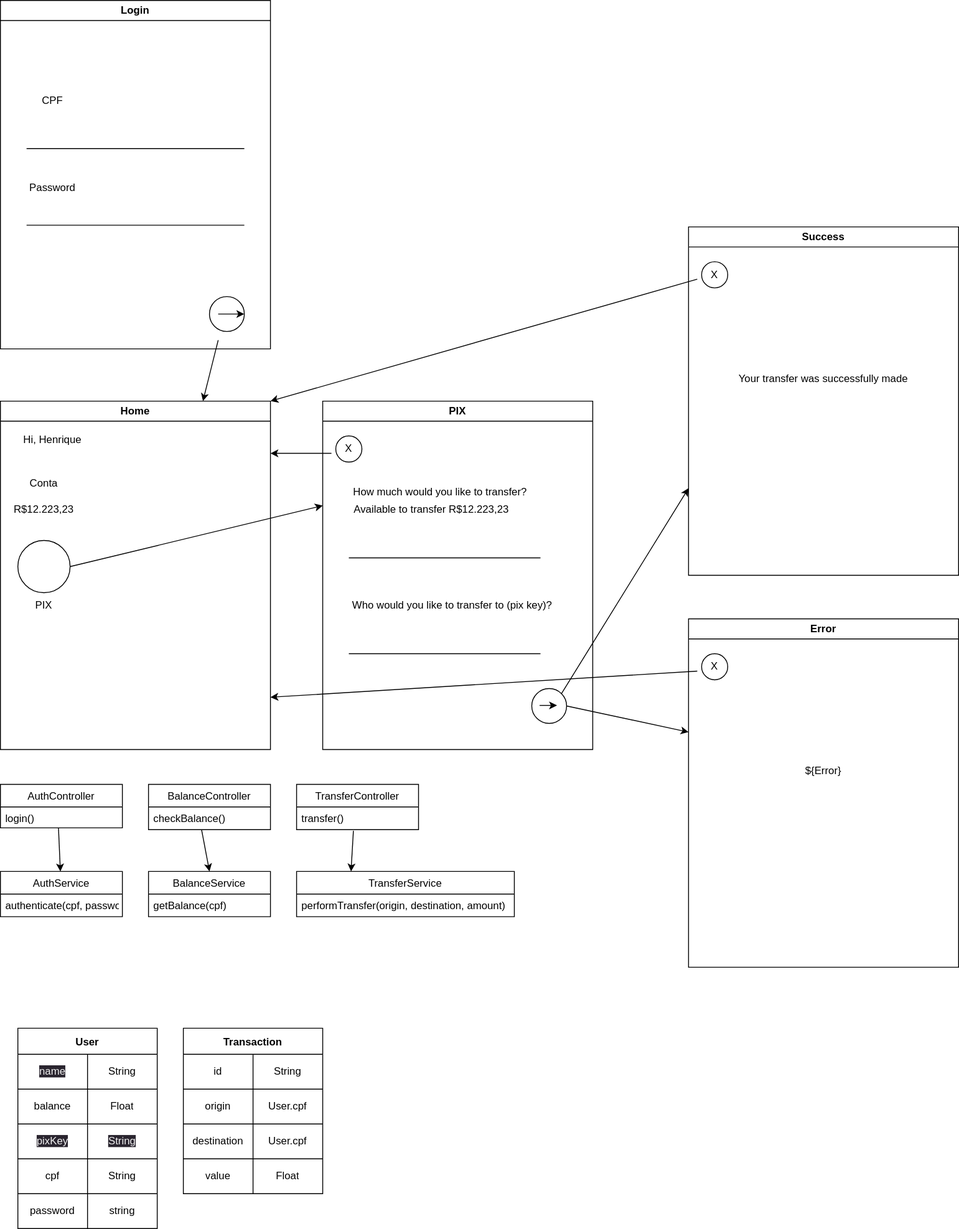
Before: diagram.drawio.svg, a diagram exported from draw.io (henriqueidt/poc-nubank-clone). Source tidied: cells renumbered, new cells last; positions are measured from the earlier drawing's top-left corner, leaving out a move shared by most shapes.
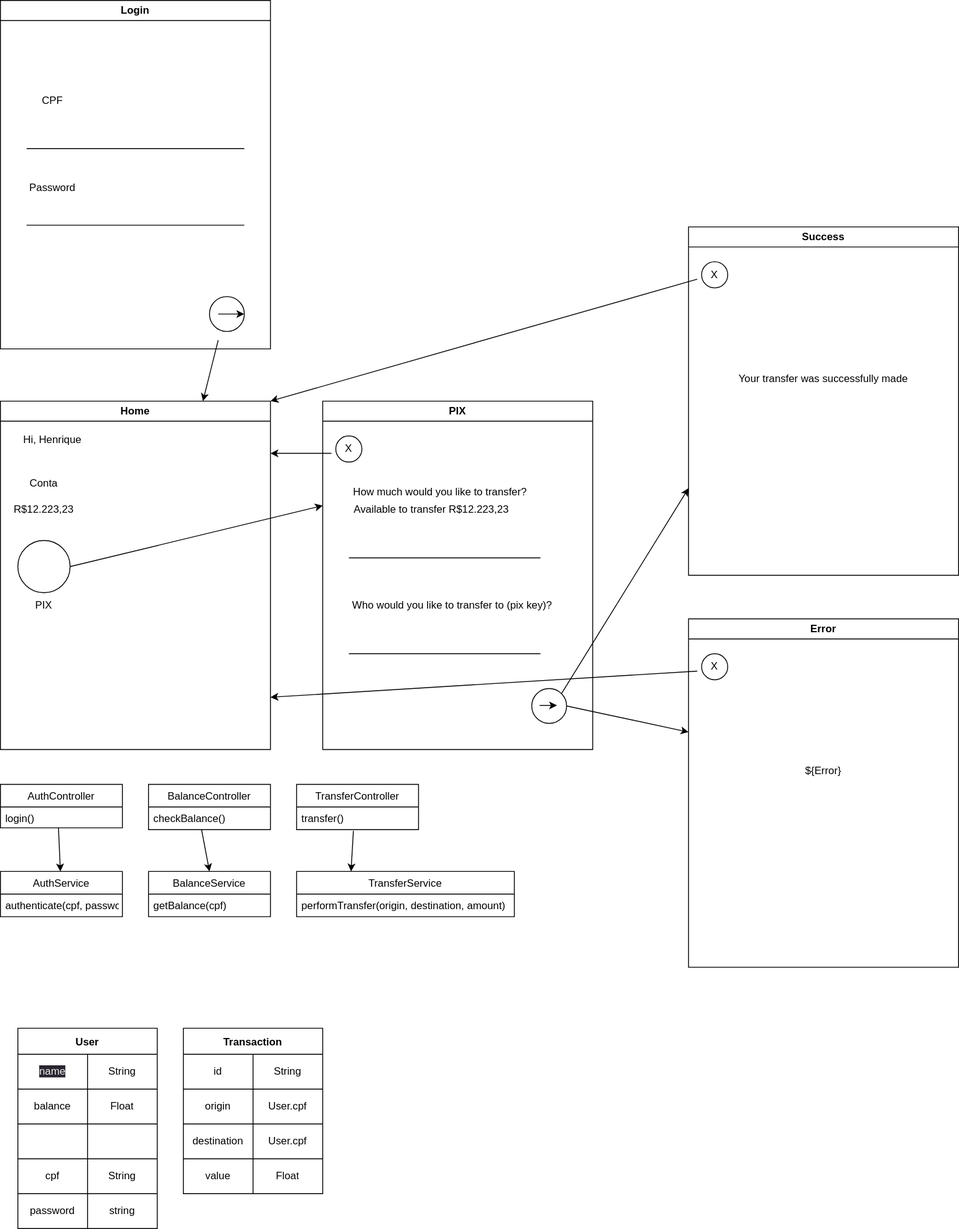
The same diagram one commit later.

What changed in the source:
```diff
@@ -95,10 +95,10 @@
     <mxCell id="27" style="shape=tableRow;horizontal=0;startSize=0;swimlaneHead=0;swimlaneBody=0;top=0;left=0;bottom=0;right=0;fillColor=none;" parent="20" vertex="1">
       <mxGeometry y="110" width="160" height="40" as="geometry" />
     </mxCell>
-    <mxCell id="28" value="&lt;meta charset=&quot;utf-8&quot;&gt;&lt;span style=&quot;color: rgb(240, 240, 240); font-family: Helvetica; font-size: 12px; font-style: normal; font-variant-ligatures: normal; font-variant-caps: normal; font-weight: 400; letter-spacing: normal; orphans: 2; text-align: center; text-indent: 0px; text-transform: none; widows: 2; word-spacing: 0px; -webkit-text-stroke-width: 0px; background-color: rgb(42, 37, 47); text-decoration-thickness: initial; text-decoration-style: initial; text-decoration-color: initial; float: none; display: inline !important;&quot;&gt;pixKey&lt;/span&gt;" style="shape=partialRectangle;html=1;whiteSpace=wrap;fillColor=none;top=0;left=0;bottom=0;right=0;overflow=hidden;" parent="27" vertex="1">
+    <mxCell id="28" style="shape=partialRectangle;html=1;whiteSpace=wrap;fillColor=none;top=0;left=0;bottom=0;right=0;overflow=hidden;" parent="27" vertex="1">
       <mxGeometry width="80" height="40" as="geometry" />
     </mxCell>
-    <mxCell id="29" value="&lt;meta charset=&quot;utf-8&quot;&gt;&lt;span style=&quot;color: rgb(240, 240, 240); font-family: Helvetica; font-size: 12px; font-style: normal; font-variant-ligatures: normal; font-variant-caps: normal; font-weight: 400; letter-spacing: normal; orphans: 2; text-align: center; text-indent: 0px; text-transform: none; widows: 2; word-spacing: 0px; -webkit-text-stroke-width: 0px; background-color: rgb(42, 37, 47); text-decoration-thickness: initial; text-decoration-style: initial; text-decoration-color: initial; float: none; display: inline !important;&quot;&gt;String&lt;/span&gt;" style="shape=partialRectangle;html=1;whiteSpace=wrap;fillColor=none;top=0;left=0;bottom=0;right=0;overflow=hidden;" parent="27" vertex="1">
+    <mxCell id="29" style="shape=partialRectangle;html=1;whiteSpace=wrap;fillColor=none;top=0;left=0;bottom=0;right=0;overflow=hidden;" parent="27" vertex="1">
       <mxGeometry x="80" width="80" height="40" as="geometry" />
     </mxCell>
     <mxCell id="30" style="shape=tableRow;horizontal=0;startSize=0;swimlaneHead=0;swimlaneBody=0;top=0;left=0;bottom=0;right=0;fillColor=none;" parent="20" vertex="1">
```
